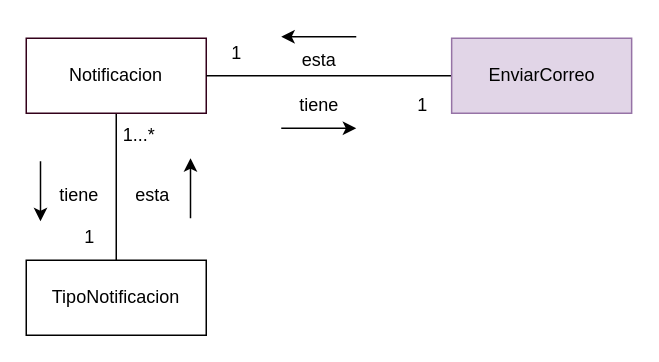
The draw.io diagram page "AnemicModelNotifications" (5 of 13) of CoTasker_BoundedContext.drawio in Migue1409-KP/DOO-working-group, before the edit. Source tidied: cells renumbered, new cells numbered last; positions are measured from the earlier drawing's top-left corner, leaving out a move shared by most shapes. Both pictures are drawn from the tidied source at 150%, with x=0, y=0 at pixel (26, 30).
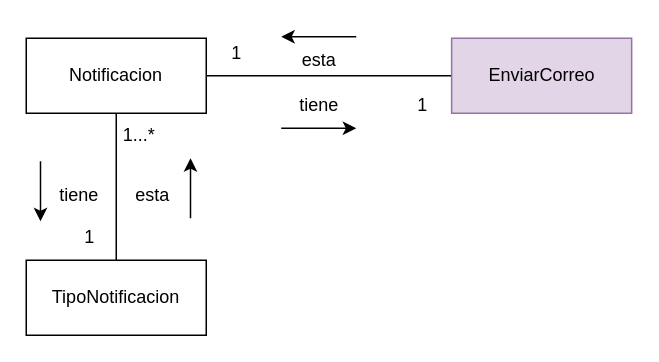
After the change.

Change to the diagram source:
```diff
@@
-    <mxCell id="3" value="Notificacion" style="rounded=0;whiteSpace=wrap;html=1;fillColor=#FFFFFF;strokeColor=#33001A;" parent="1" vertex="1">
+    <mxCell id="3" value="Notificacion" style="rounded=0;whiteSpace=wrap;html=1;fillColor=#FFFFFF;strokeColor=#000000;" parent="1" vertex="1">
       <mxGeometry y="5" width="120" height="50" as="geometry" />
     </mxCell>
```
